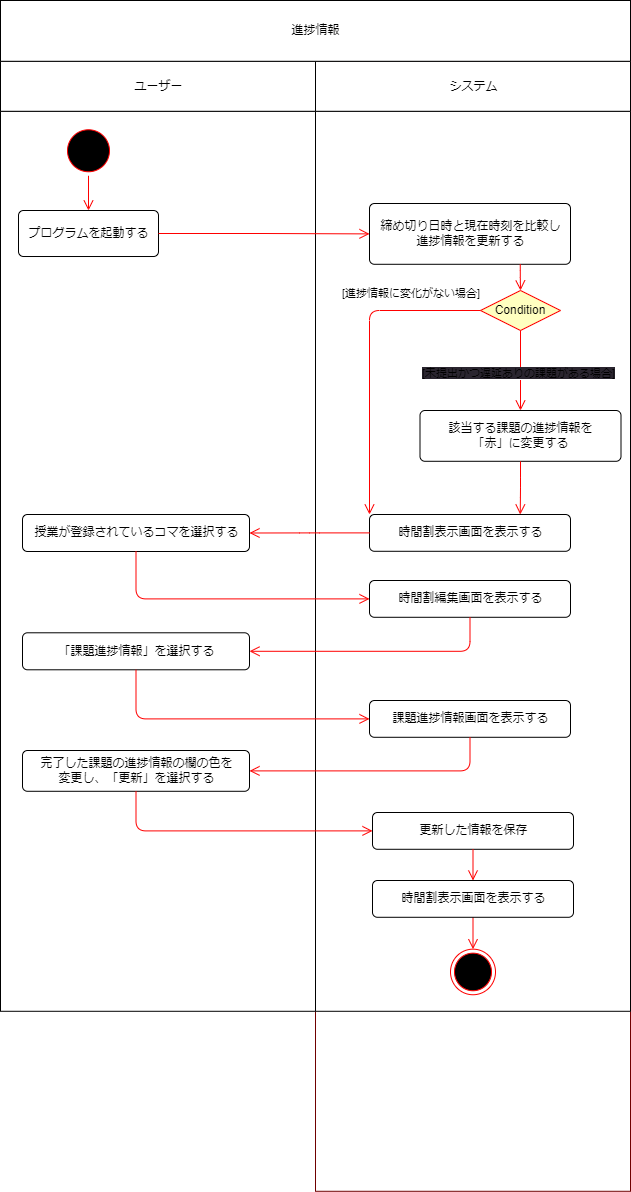
masaki1234567/psp4 keeps this draw.io diagram as 振る舞い図/アクティビティ図/アクティビティ図＿進捗情報.drawio.png. Above is the earlier version. Source tidied: cells renumbered, new cells last; positions are measured from the earlier drawing's top-left corner, leaving out a move shared by most shapes.
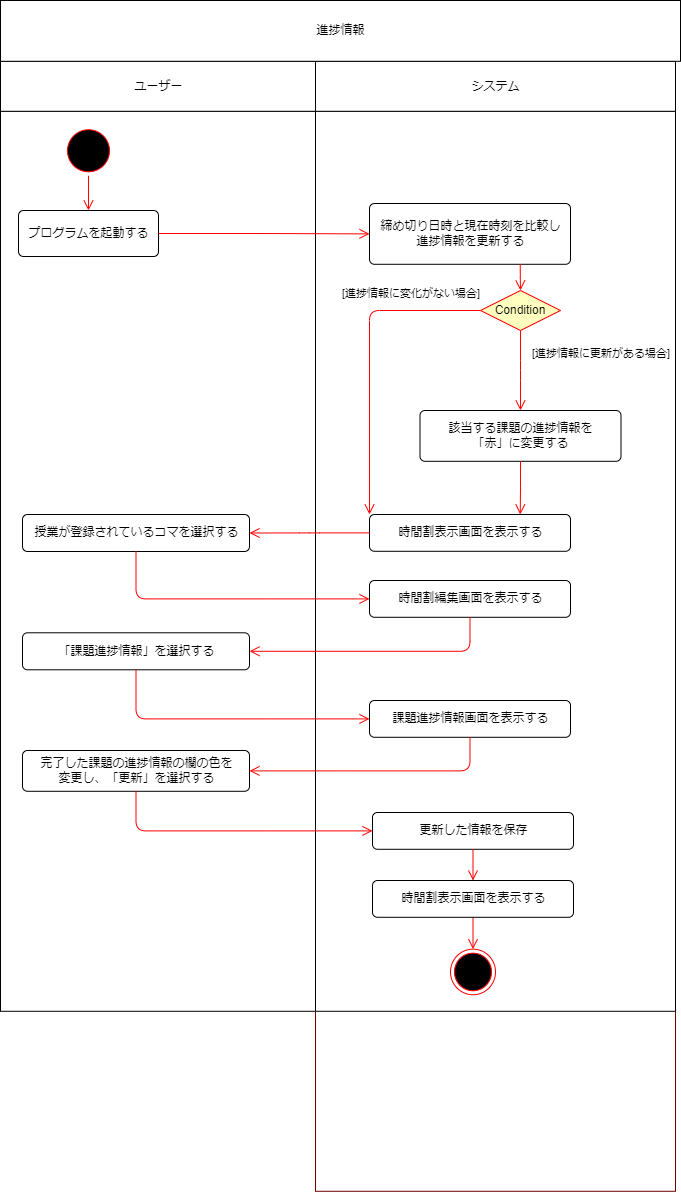
After the change.

Change to the diagram source:
```diff
@@ -3,10 +3,10 @@
     <mxCell id="0" />
     <mxCell id="1" parent="0" />
     <mxCell id="2" style="group;" parent="1" vertex="1">
-      <mxGeometry width="630" height="1190.8" as="geometry" />
+      <mxGeometry width="680" height="1190.8" as="geometry" />
     </mxCell>
     <mxCell id="3" style="group;" parent="2" vertex="1">
-      <mxGeometry y="60.8" width="630" height="1130" as="geometry" />
+      <mxGeometry y="60.8" width="675" height="1130" as="geometry" />
     </mxCell>
     <mxCell id="4" style="group;" parent="3" vertex="1">
       <mxGeometry width="321" height="1130" as="geometry" />
@@ -39,13 +39,13 @@
       <mxGeometry x="22" y="689.2" width="227" height="40.8" as="geometry" />
     </mxCell>
     <mxCell id="14" style="group;fillColor=none;fontColor=#ffffff;strokeColor=#6F0000;" parent="3" vertex="1">
-      <mxGeometry x="315" width="315" height="1130" as="geometry" />
+      <mxGeometry x="315" width="360" height="1130" as="geometry" />
     </mxCell>
     <mxCell id="15" style="html=1;dashed=0;whitespace=wrap;" parent="14" vertex="1">
-      <mxGeometry y="50" width="315" height="900" as="geometry" />
+      <mxGeometry y="50" width="360" height="900" as="geometry" />
     </mxCell>
     <mxCell id="16" value="システム" style="html=1;dashed=0;whitespace=wrap;" parent="14" vertex="1">
-      <mxGeometry width="315" height="50" as="geometry" />
+      <mxGeometry width="360" height="50" as="geometry" />
     </mxCell>
     <mxCell id="17" style="ellipse;html=1;shape=endState;fillColor=#000000;strokeColor=#ff0000;" parent="14" vertex="1">
       <mxGeometry x="135" y="887.9" width="45" height="45.6" as="geometry" />
@@ -65,9 +65,6 @@
     <mxCell id="22" value="該当する課題の進捗情報を&lt;br&gt;「赤」に変更する" style="html=1;align=center;verticalAlign=middle;rounded=1;absoluteArcSize=1;arcSize=10;dashed=0;" parent="14" vertex="1">
       <mxGeometry x="104.5" y="349.2" width="201" height="50.8" as="geometry" />
     </mxCell>
-    <mxCell id="23" value="&lt;span style=&quot;text-align: center; background-color: rgb(42, 37, 47);&quot;&gt;[未提出かつ遅延ありの課題がある場合]&lt;/span&gt;" style="edgeStyle=orthogonalEdgeStyle;html=1;align=left;verticalAlign=top;endArrow=open;endSize=8;strokeColor=#ff0000;entryX=0.5;entryY=0;entryDx=0;entryDy=0;" parent="14" edge="1" source="20" target="22">
-      <mxGeometry x="-0.25" y="-100" relative="1" as="geometry" />
-    </mxCell>
     <mxCell id="24" value="時間割表示画面を表示する" style="html=1;align=center;verticalAlign=middle;rounded=1;absoluteArcSize=1;arcSize=10;dashed=0;" parent="14" vertex="1">
       <mxGeometry x="54" y="453.2" width="201" height="36.8" as="geometry" />
     </mxCell>
@@ -97,6 +94,14 @@
     <mxCell id="31" style="edgeStyle=orthogonalEdgeStyle;html=1;verticalAlign=bottom;endArrow=open;endSize=8;strokeColor=#ff0000;entryX=0.5;entryY=0;entryDx=0;entryDy=0;exitX=0.5;exitY=1;exitDx=0;exitDy=0;" parent="14" edge="1" source="29" target="30">
       <mxGeometry relative="1" as="geometry" />
     </mxCell>
+    <mxCell id="23" value="[進捗情報に更新がある場合]" style="edgeStyle=orthogonalEdgeStyle;html=1;align=left;verticalAlign=top;endArrow=open;endSize=8;strokeColor=#ff0000;entryX=0.5;entryY=0;entryDx=0;entryDy=0;exitX=0.5;exitY=1;exitDx=0;exitDy=0;" parent="14" edge="1" source="20" target="22">
+      <mxGeometry x="-0.75" y="10" relative="1" as="geometry">
+        <Array as="points">
+          <mxPoint x="205" y="309" />
+          <mxPoint x="205" y="309" />
+        </Array>
+      </mxGeometry>
+    </mxCell>
     <mxCell id="32" style="edgeStyle=orthogonalEdgeStyle;html=1;verticalAlign=bottom;endArrow=open;endSize=8;strokeColor=#ff0000;entryX=0;entryY=0.5;entryDx=0;entryDy=0;exitX=1;exitY=0.5;exitDx=0;exitDy=0;" parent="3" edge="1" source="9" target="19">
       <mxGeometry relative="1" as="geometry" />
     </mxCell>
@@ -119,7 +124,7 @@
       <mxGeometry relative="1" as="geometry" />
     </mxCell>
     <mxCell id="39" value="進捗情報" style="html=1;dashed=0;whitespace=wrap;" parent="2" vertex="1">
-      <mxGeometry width="630" height="60.8" as="geometry" />
+      <mxGeometry width="680" height="60.8" as="geometry" />
     </mxCell>
   </root>
 </mxGraphModel>
```
